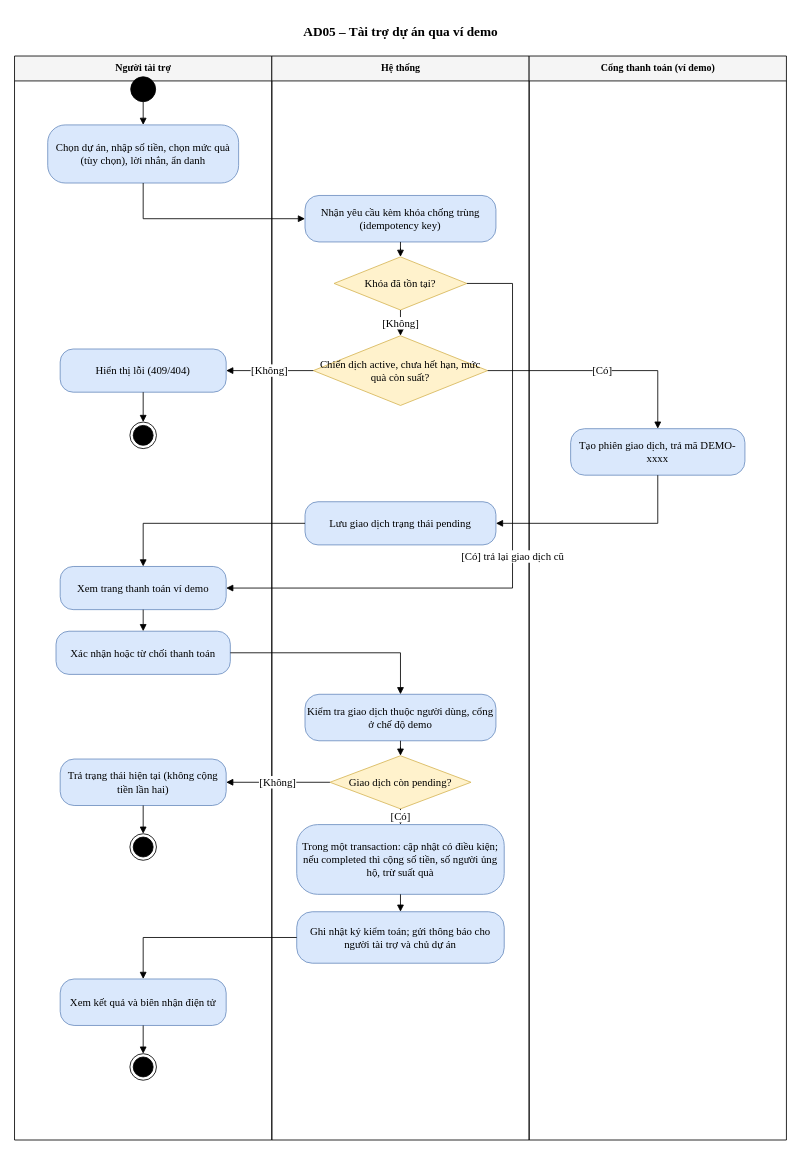
This is Document/03_SoDoUML/02_ActivityDiagram/AD05_TaiTroDuAn.drawio from nhanhuutran007/DATN_2627_Website, a draw.io file, before an edit. Source tidied: cells renumbered, new cells numbered last; positions are measured from the earlier drawing's top-left corner, leaving out a move shared by most shapes. Both pictures are drawn from the tidied source at 83%, with x=0, y=0 at pixel (14, 14).
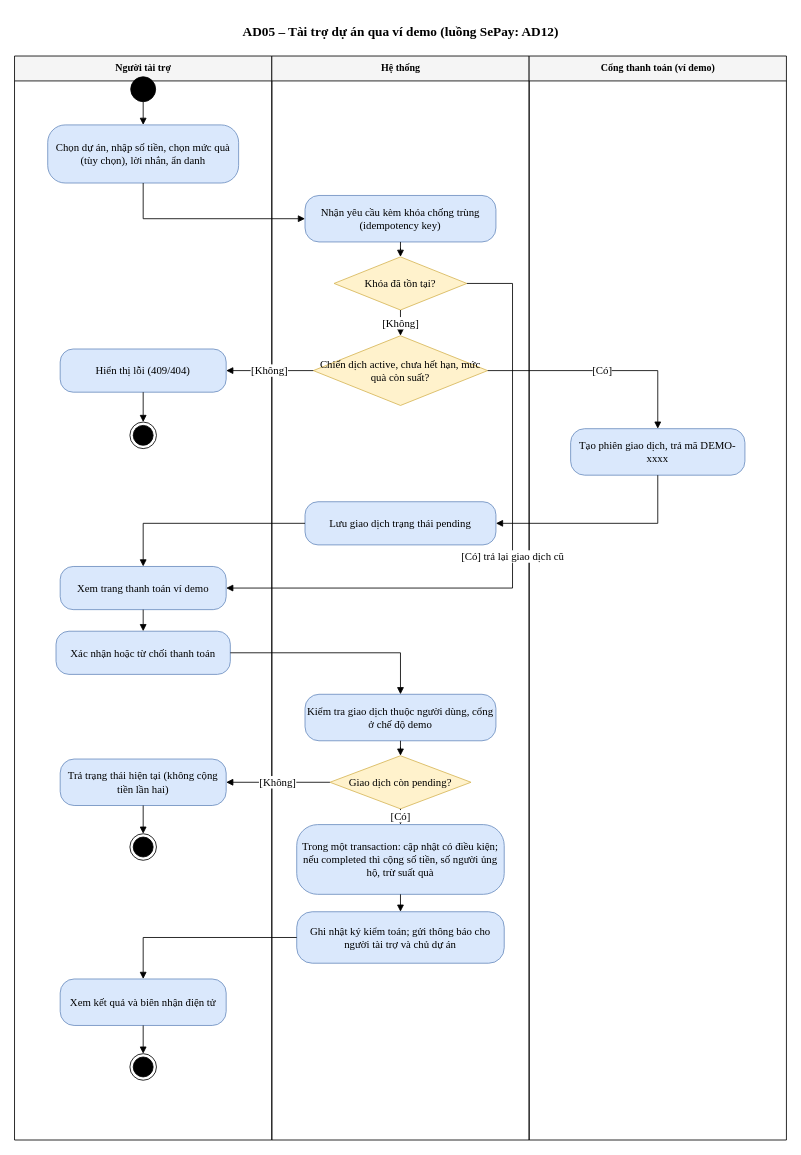
The same page after the edit.

What changed in the source:
```diff
@@
-    <mxCell id="2" value="&lt;b&gt;AD05 – Tài trợ dự án qua ví demo&lt;/b&gt;" style="fontFamily=Times New Roman;fontSize=13;text;html=1;align=center;verticalAlign=middle;fontSize=16;" parent="1" vertex="1">
+    <mxCell id="2" value="&lt;b&gt;AD05 – Tài trợ dự án qua ví demo (luồng SePay: AD12)&lt;/b&gt;" style="fontFamily=Times New Roman;fontSize=13;text;html=1;align=center;verticalAlign=middle;fontSize=16;" parent="1" vertex="1">
       <mxGeometry width="930" height="40" as="geometry" />
     </mxCell>
```
